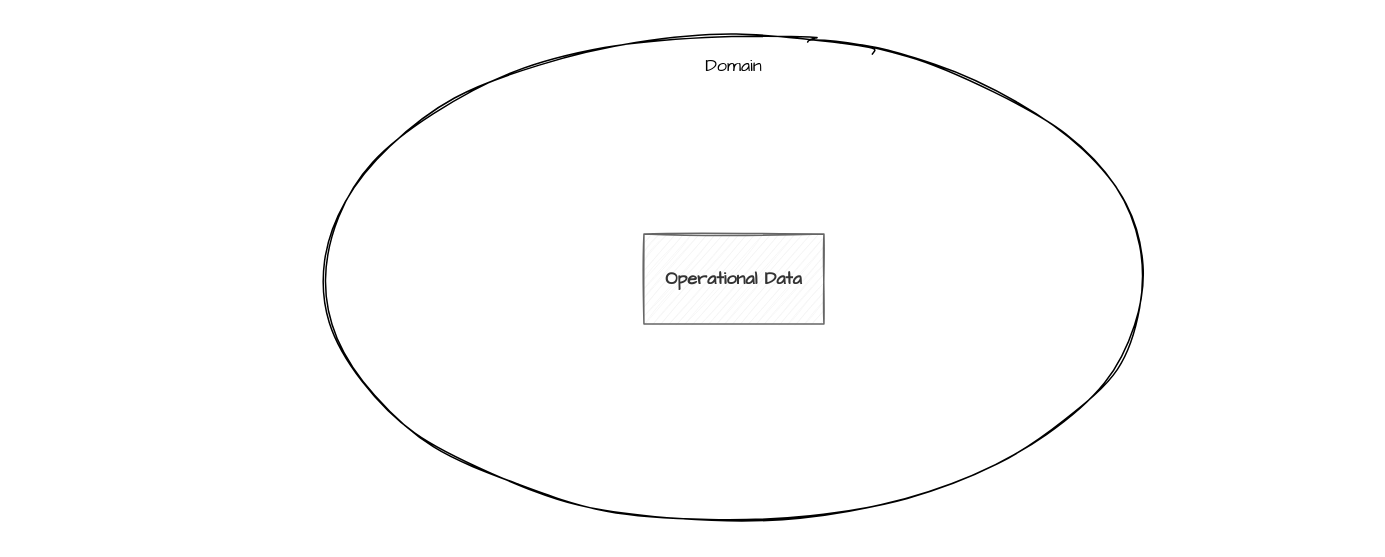
The draw.io diagram diagrams/domainteamjourney_level0.drawio in datamesh-architecture/datamesh-architecture.com, before the edit. Source tidied: cells renumbered, new cells numbered last; positions are measured from the earlier drawing's top-left corner, leaving out a move shared by most shapes. Both pictures are drawn from the tidied source at 150%, with x=0, y=0 at pixel (26, 26).
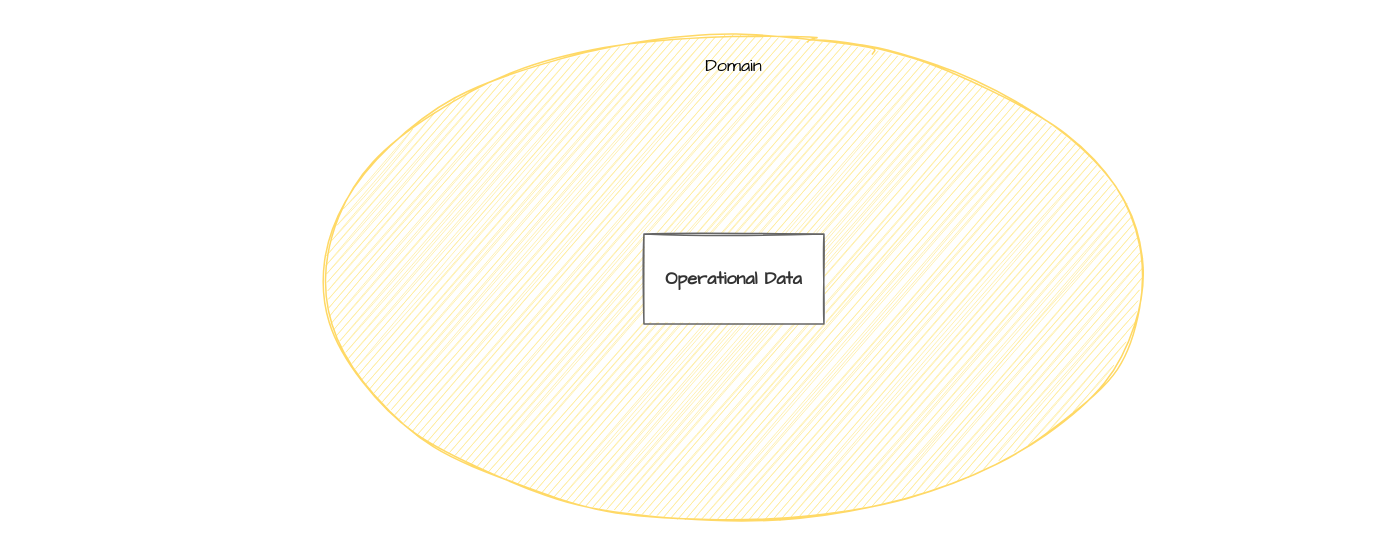
The same diagram, later.

The edit, as a diff of the source:
```diff
@@
 <mxGraphModel>
   <root>
     <mxCell id="0" />
     <mxCell id="1" parent="0" />
     <mxCell id="2" style="rounded=0;whiteSpace=wrap;html=1;fillColor=none;strokeColor=none;sketch=1;fontFamily=Architects Daughter;" parent="1" vertex="1">
       <mxGeometry width="889" height="337" as="geometry" />
     </mxCell>
-    <mxCell id="3" value="Domain" style="ellipse;whiteSpace=wrap;html=1;verticalAlign=top;sketch=1;fontFamily=Architects Daughter;" parent="1" vertex="1">
+    <mxCell id="3" value="Domain" style="ellipse;whiteSpace=wrap;html=1;verticalAlign=top;sketch=1;fontFamily=Architects Daughter;strokeColor=#FFD966;fillColor=#FFEB99;" parent="1" vertex="1">
       <mxGeometry x="184" y="13" width="575.5" height="310" as="geometry" />
     </mxCell>
-    <mxCell id="4" value="Operational Data" style="rounded=0;whiteSpace=wrap;html=1;fillColor=#f5f5f5;fontColor=#333333;strokeColor=#666666;fontStyle=1;sketch=1;fontFamily=Architects Daughter;" parent="1" vertex="1">
+    <mxCell id="4" value="Operational Data" style="rounded=0;whiteSpace=wrap;html=1;fillColor=#FFFFFF;fontColor=#333333;strokeColor=#666666;fontStyle=1;sketch=1;fontFamily=Architects Daughter;fillStyle=solid;" parent="1" vertex="1">
       <mxGeometry x="411.8" y="138.5" width="120" height="60" as="geometry" />
     </mxCell>
   </root>
 </mxGraphModel>
```
